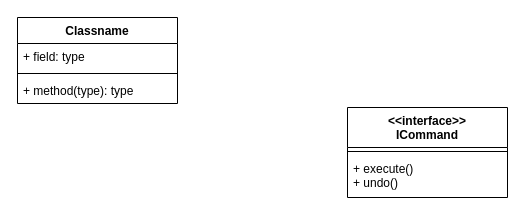
javacode269/UML keeps this draw.io diagram as UML_TEST/Untitled Diagram.drawio. Above is the earlier version. Source tidied: cells renumbered, new cells numbered last; positions are measured from the earlier drawing's top-left corner, leaving out a move shared by most shapes. Both pictures are drawn from the tidied source at 100%, with x=0, y=0 at pixel (17, 17).
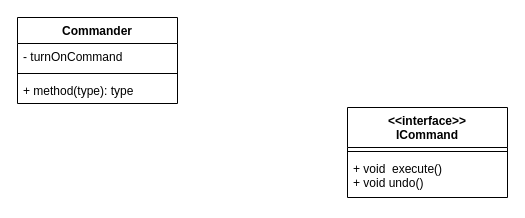
After the change.

What changed in the source:
```diff
@@
 <mxGraphModel>
   <root>
     <mxCell id="0" />
     <mxCell id="1" parent="0" />
-    <mxCell id="2" value="Classname" style="swimlane;fontStyle=1;align=center;verticalAlign=top;horizontal=1;startSize=26;whiteSpace=wrap;html=1;" parent="1" vertex="1">
+    <mxCell id="2" value="Commander" style="swimlane;fontStyle=1;align=center;verticalAlign=top;horizontal=1;startSize=26;whiteSpace=wrap;html=1;" parent="1" vertex="1">
       <mxGeometry width="160" height="86" as="geometry" />
     </mxCell>
-    <mxCell id="3" value="+ field: type" style="text;strokeColor=none;fillColor=none;align=left;verticalAlign=top;spacingLeft=4;spacingRight=4;overflow=hidden;whiteSpace=wrap;html=1;" parent="2" vertex="1">
+    <mxCell id="3" value="- turnOnCommand" style="text;strokeColor=none;fillColor=none;align=left;verticalAlign=top;spacingLeft=4;spacingRight=4;overflow=hidden;whiteSpace=wrap;html=1;" parent="2" vertex="1">
       <mxGeometry y="26" width="160" height="26" as="geometry" />
     </mxCell>
     <mxCell id="4" style="line;strokeWidth=1;fillColor=none;align=left;verticalAlign=middle;spacingTop=-1;spacingLeft=3;spacingRight=3;labelPosition=right;strokeColor=inherit;" parent="2" vertex="1">
       <mxGeometry y="52" width="160" height="8" as="geometry" />
     </mxCell>
     <mxCell id="5" value="+ method(type): type" style="text;strokeColor=none;fillColor=none;align=left;verticalAlign=top;spacingLeft=4;spacingRight=4;overflow=hidden;whiteSpace=wrap;html=1;" parent="2" vertex="1">
       <mxGeometry y="60" width="160" height="26" as="geometry" />
     </mxCell>
     <mxCell id="6" value="&amp;lt;&amp;lt;interface&amp;gt;&amp;gt;&lt;br&gt;ICommand" style="swimlane;fontStyle=1;align=center;verticalAlign=top;horizontal=1;startSize=40;whiteSpace=wrap;html=1;" parent="1" vertex="1">
       <mxGeometry x="330" y="90" width="160" height="90" as="geometry" />
     </mxCell>
     <mxCell id="7" style="line;strokeWidth=1;fillColor=none;align=left;verticalAlign=middle;spacingTop=-1;spacingLeft=3;spacingRight=3;labelPosition=right;strokeColor=inherit;" parent="6" vertex="1">
       <mxGeometry y="40" width="160" height="8" as="geometry" />
     </mxCell>
-    <mxCell id="8" value="+ execute()&lt;br&gt;+ undo()" style="text;strokeColor=none;fillColor=none;align=left;verticalAlign=top;spacingLeft=4;spacingRight=4;overflow=hidden;whiteSpace=wrap;html=1;" parent="6" vertex="1">
+    <mxCell id="8" value="+ void&amp;nbsp; execute()&lt;br&gt;+ void undo()" style="text;strokeColor=none;fillColor=none;align=left;verticalAlign=top;spacingLeft=4;spacingRight=4;overflow=hidden;whiteSpace=wrap;html=1;" parent="6" vertex="1">
       <mxGeometry y="48" width="160" height="42" as="geometry" />
     </mxCell>
   </root>
 </mxGraphModel>
```
